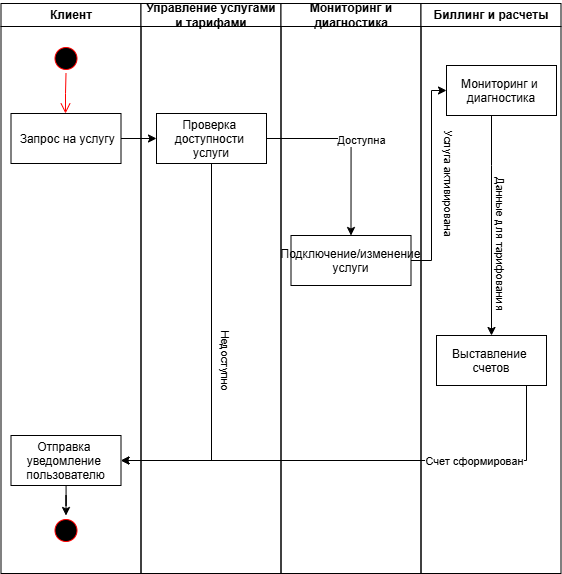
The draw.io diagram daigram/UML (1).png in lLegionl/Shatrov, before a commit. Source tidied: cells renumbered, new cells last; positions are measured from the earlier drawing's top-left corner, leaving out a move shared by most shapes. The source it was exported from:
```xml
<mxGraphModel>
  <root>
    <mxCell id="0" />
    <mxCell id="1" parent="0" />
    <mxCell id="2" value="Клиент" style="swimlane;whiteSpace=wrap;" parent="1" vertex="1">
      <mxGeometry x="0.5" width="140" height="570" as="geometry" />
    </mxCell>
    <mxCell id="3" style="ellipse;shape=startState;fillColor=#000000;strokeColor=#ff0000;" parent="2" vertex="1">
      <mxGeometry x="50" y="40" width="30" height="30" as="geometry" />
    </mxCell>
    <mxCell id="4" style="edgeStyle=elbowEdgeStyle;elbow=horizontal;verticalAlign=bottom;endArrow=open;endSize=8;strokeColor=light-dark(#FF0000,#FFFFFF);endFill=1;rounded=0;" parent="2" edge="1" source="3" target="5">
      <mxGeometry x="100" y="40" as="geometry" />
    </mxCell>
    <mxCell id="5" value=" Запрос на услугу" parent="2" vertex="1">
      <mxGeometry x="10" y="110" width="110" height="50" as="geometry" />
    </mxCell>
    <mxCell id="6" style="ellipse;shape=startState;fillColor=#000000;strokeColor=#ff0000;" parent="2" vertex="1">
      <mxGeometry x="50" y="512" width="30" height="30" as="geometry" />
    </mxCell>
    <mxCell id="7" style="edgeStyle=orthogonalEdgeStyle;rounded=0;jettySize=auto;html=1;entryX=0.5;entryY=0;entryDx=0;entryDy=0;" parent="2" edge="1" source="8" target="6">
      <mxGeometry relative="1" as="geometry" />
    </mxCell>
    <mxCell id="8" value="Отправка &#10;уведомление &#10;пользователю" parent="2" vertex="1">
      <mxGeometry x="10" y="432" width="110" height="50" as="geometry" />
    </mxCell>
    <mxCell id="9" value="Управление услугами и тарифами" style="swimlane;whiteSpace=wrap;" parent="1" vertex="1">
      <mxGeometry x="140.5" width="140" height="570" as="geometry" />
    </mxCell>
    <mxCell id="10" style="edgeStyle=orthogonalEdgeStyle;rounded=0;jettySize=auto;html=1;entryX=0.5;entryY=0;entryDx=0;entryDy=0;strokeColor=light-dark(#000000,#009900);" parent="9" edge="1" source="12" target="13">
      <mxGeometry relative="1" as="geometry" />
    </mxCell>
    <mxCell id="11" value="Доступна" style="edgeLabel;html=1;align=center;verticalAlign=middle;" parent="10" vertex="1">
      <mxGeometry x="0.08" y="1" relative="1" as="geometry">
        <mxPoint x="9" y="-13" as="offset" />
      </mxGeometry>
    </mxCell>
    <mxCell id="12" value="Проверка &#10;доступности &#10;услуги" parent="9" vertex="1">
      <mxGeometry x="15.5" y="110" width="110" height="50" as="geometry" />
    </mxCell>
    <mxCell id="13" value="Подключение/изменение&#10;услуги" parent="9" vertex="1">
      <mxGeometry x="150" y="232" width="120" height="50" as="geometry" />
    </mxCell>
    <mxCell id="14" value="Мониторинг и диагностика" style="swimlane;whiteSpace=wrap;" parent="1" vertex="1">
      <mxGeometry x="280.5" width="140" height="570" as="geometry" />
    </mxCell>
    <mxCell id="15" value="Мониторинг и &#10;диагностика" parent="14" vertex="1">
      <mxGeometry x="165.5" y="62" width="110" height="50" as="geometry" />
    </mxCell>
    <mxCell id="16" style="edgeStyle=orthogonalEdgeStyle;rounded=0;jettySize=auto;html=1;entryX=0;entryY=0.5;entryDx=0;entryDy=0;" parent="1" edge="1" source="5" target="12">
      <mxGeometry relative="1" as="geometry" />
    </mxCell>
    <mxCell id="17" style="edgeStyle=orthogonalEdgeStyle;rounded=0;jettySize=auto;html=1;entryX=0;entryY=0.5;entryDx=0;entryDy=0;" parent="1" edge="1" source="13" target="15">
      <mxGeometry relative="1" as="geometry">
        <Array as="points">
          <mxPoint x="431" y="257" />
          <mxPoint x="431" y="87" />
        </Array>
      </mxGeometry>
    </mxCell>
    <mxCell id="18" value="&amp;nbsp;Услуга активирована" style="edgeLabel;html=1;align=center;verticalAlign=middle;rotation=90;" parent="17" vertex="1">
      <mxGeometry x="-0.05" y="1" relative="1" as="geometry">
        <mxPoint x="19" y="-2" as="offset" />
      </mxGeometry>
    </mxCell>
    <mxCell id="19" value="Биллинг и расчеты" style="swimlane;whiteSpace=wrap;" parent="1" vertex="1">
      <mxGeometry x="420.5" width="140" height="570" as="geometry" />
    </mxCell>
    <mxCell id="20" value="Выставление &#10;счетов" parent="19" vertex="1">
      <mxGeometry x="15.5" y="332" width="110" height="50" as="geometry" />
    </mxCell>
    <mxCell id="21" style="edgeStyle=orthogonalEdgeStyle;rounded=0;jettySize=auto;html=1;" parent="1" edge="1" source="15" target="20">
      <mxGeometry relative="1" as="geometry">
        <Array as="points">
          <mxPoint x="491" y="162" />
          <mxPoint x="491" y="162" />
        </Array>
      </mxGeometry>
    </mxCell>
    <mxCell id="22" value="Данные для тарифования" style="edgeLabel;html=1;align=center;verticalAlign=middle;rotation=90;" parent="21" vertex="1">
      <mxGeometry x="0.02" relative="1" as="geometry">
        <mxPoint x="10" y="15" as="offset" />
      </mxGeometry>
    </mxCell>
    <mxCell id="23" style="edgeStyle=orthogonalEdgeStyle;rounded=0;jettySize=auto;html=1;strokeColor=light-dark(#000000,#CC0000);entryX=1;entryY=0.5;entryDx=0;entryDy=0;exitX=0.5;exitY=1;exitDx=0;exitDy=0;" parent="1" edge="1" source="12" target="8">
      <mxGeometry relative="1" as="geometry">
        <Array as="points">
          <mxPoint x="211" y="457" />
        </Array>
      </mxGeometry>
    </mxCell>
    <mxCell id="24" value="Недоступно" style="edgeLabel;html=1;align=center;verticalAlign=middle;rotation=90;" parent="23" vertex="1">
      <mxGeometry x="0.26" y="3" relative="1" as="geometry">
        <mxPoint x="12" y="-46" as="offset" />
      </mxGeometry>
    </mxCell>
    <mxCell id="25" style="edgeStyle=orthogonalEdgeStyle;rounded=0;jettySize=auto;html=1;entryX=1;entryY=0.5;entryDx=0;entryDy=0;" parent="1" edge="1" source="20" target="8">
      <mxGeometry relative="1" as="geometry">
        <Array as="points">
          <mxPoint x="526" y="457" />
        </Array>
      </mxGeometry>
    </mxCell>
    <mxCell id="26" value="Счет сформирован" style="edgeLabel;html=1;align=center;verticalAlign=middle;" parent="25" vertex="1">
      <mxGeometry x="-0.49" y="3" relative="1" as="geometry">
        <mxPoint x="-6" y="-3" as="offset" />
      </mxGeometry>
    </mxCell>
  </root>
</mxGraphModel>
```
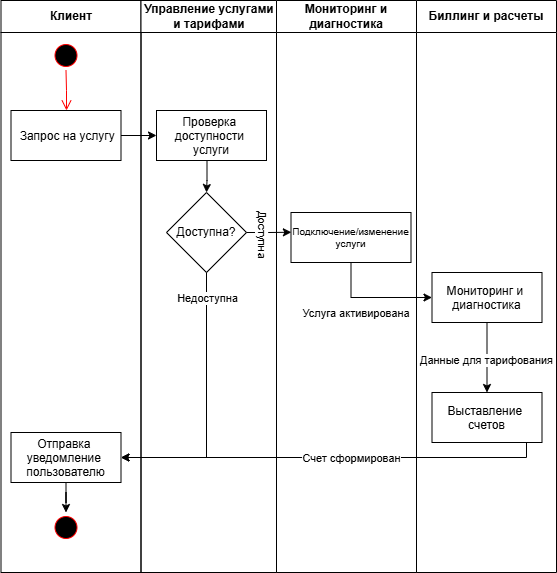
Above is the later version.

Change to the diagram source:
```diff
@@ -2,8 +2,8 @@
   <root>
     <mxCell id="0" />
     <mxCell id="1" parent="0" />
-    <mxCell id="2" value="Клиент" style="swimlane;whiteSpace=wrap;" parent="1" vertex="1">
-      <mxGeometry x="0.5" width="140" height="570" as="geometry" />
+    <mxCell id="2" value="Клиент" style="swimlane;whiteSpace=wrap;startSize=32;" parent="1" vertex="1">
+      <mxGeometry x="0.5" width="140" height="572" as="geometry" />
     </mxCell>
     <mxCell id="3" style="ellipse;shape=startState;fillColor=#000000;strokeColor=#ff0000;" parent="2" vertex="1">
       <mxGeometry x="50" y="40" width="30" height="30" as="geometry" />
@@ -23,28 +23,37 @@
     <mxCell id="8" value="Отправка &#10;уведомление &#10;пользователю" parent="2" vertex="1">
       <mxGeometry x="10" y="432" width="110" height="50" as="geometry" />
     </mxCell>
-    <mxCell id="9" value="Управление услугами и тарифами" style="swimlane;whiteSpace=wrap;" parent="1" vertex="1">
-      <mxGeometry x="140.5" width="140" height="570" as="geometry" />
+    <mxCell id="9" value="Управление услугами и тарифами" style="swimlane;whiteSpace=wrap;startSize=32;" parent="1" vertex="1">
+      <mxGeometry x="140.5" width="135.5" height="572" as="geometry" />
     </mxCell>
-    <mxCell id="10" style="edgeStyle=orthogonalEdgeStyle;rounded=0;jettySize=auto;html=1;entryX=0.5;entryY=0;entryDx=0;entryDy=0;strokeColor=light-dark(#000000,#009900);" parent="9" edge="1" source="12" target="13">
-      <mxGeometry relative="1" as="geometry" />
-    </mxCell>
-    <mxCell id="11" value="Доступна" style="edgeLabel;html=1;align=center;verticalAlign=middle;" parent="10" vertex="1">
-      <mxGeometry x="0.08" y="1" relative="1" as="geometry">
-        <mxPoint x="9" y="-13" as="offset" />
-      </mxGeometry>
-    </mxCell>
+    <mxCell id="27" style="edgeStyle=orthogonalEdgeStyle;rounded=0;jettySize=auto;html=1;entryX=0.5;entryY=0;entryDx=0;entryDy=0;" parent="9" edge="1" source="12" target="28">
+      <mxGeometry relative="1" as="geometry">
+        <Array as="points">
+          <mxPoint x="66" y="180" />
+          <mxPoint x="66" y="180" />
+        </Array>
+      </mxGeometry>
+    </mxCell>
     <mxCell id="12" value="Проверка &#10;доступности &#10;услуги" parent="9" vertex="1">
       <mxGeometry x="15.5" y="110" width="110" height="50" as="geometry" />
     </mxCell>
-    <mxCell id="13" value="Подключение/изменение&#10;услуги" parent="9" vertex="1">
-      <mxGeometry x="150" y="232" width="120" height="50" as="geometry" />
+    <mxCell id="13" value="Подключение/изменение&#10;услуги" style="fontSize=10;" parent="9" vertex="1">
+      <mxGeometry x="150" y="212" width="120" height="50" as="geometry" />
     </mxCell>
+    <mxCell id="28" value="Доступна?" style="rhombus;whiteSpace=wrap;html=1;" parent="9" vertex="1">
+      <mxGeometry x="25.5" y="192" width="80" height="80" as="geometry" />
+    </mxCell>
+    <mxCell id="29" style="edgeStyle=orthogonalEdgeStyle;rounded=0;jettySize=auto;html=1;entryX=0.003;entryY=0.395;entryDx=0;entryDy=0;entryPerimeter=0;" parent="9" edge="1" source="28" target="13">
+      <mxGeometry relative="1" as="geometry" />
+    </mxCell>
+    <mxCell id="11" value="Доступна" style="edgeLabel;html=1;align=center;verticalAlign=middle;rotation=90;" parent="29" vertex="1">
+      <mxGeometry x="-0.25" y="-1" relative="1" as="geometry" />
+    </mxCell>
-    <mxCell id="14" value="Мониторинг и диагностика" style="swimlane;whiteSpace=wrap;" parent="1" vertex="1">
-      <mxGeometry x="280.5" width="140" height="570" as="geometry" />
+    <mxCell id="14" value="Мониторинг и диагностика" style="swimlane;whiteSpace=wrap;startSize=32;" parent="1" vertex="1">
+      <mxGeometry x="276" width="140" height="572" as="geometry" />
     </mxCell>
     <mxCell id="15" value="Мониторинг и &#10;диагностика" parent="14" vertex="1">
-      <mxGeometry x="165.5" y="62" width="110" height="50" as="geometry" />
+      <mxGeometry x="155.5" y="272" width="110" height="50" as="geometry" />
     </mxCell>
     <mxCell id="16" style="edgeStyle=orthogonalEdgeStyle;rounded=0;jettySize=auto;html=1;entryX=0;entryY=0.5;entryDx=0;entryDy=0;" parent="1" edge="1" source="5" target="12">
       <mxGeometry relative="1" as="geometry" />
@@ -52,58 +61,50 @@
     <mxCell id="17" style="edgeStyle=orthogonalEdgeStyle;rounded=0;jettySize=auto;html=1;entryX=0;entryY=0.5;entryDx=0;entryDy=0;" parent="1" edge="1" source="13" target="15">
       <mxGeometry relative="1" as="geometry">
         <Array as="points">
-          <mxPoint x="431" y="257" />
-          <mxPoint x="431" y="87" />
+          <mxPoint x="351" y="257" />
         </Array>
       </mxGeometry>
     </mxCell>
-    <mxCell id="18" value="&amp;nbsp;Услуга активирована" style="edgeLabel;html=1;align=center;verticalAlign=middle;rotation=90;" parent="17" vertex="1">
+    <mxCell id="18" value="&amp;nbsp;Услуга активирована" style="edgeLabel;html=1;align=center;verticalAlign=middle;rotation=0;" parent="17" vertex="1">
       <mxGeometry x="-0.05" y="1" relative="1" as="geometry">
-        <mxPoint x="19" y="-2" as="offset" />
+        <mxPoint x="-17" y="16" as="offset" />
       </mxGeometry>
     </mxCell>
-    <mxCell id="19" value="Биллинг и расчеты" style="swimlane;whiteSpace=wrap;" parent="1" vertex="1">
-      <mxGeometry x="420.5" width="140" height="570" as="geometry" />
+    <mxCell id="19" value="Биллинг и расчеты" style="swimlane;whiteSpace=wrap;startSize=32;" parent="1" vertex="1">
+      <mxGeometry x="416" width="140" height="572" as="geometry" />
     </mxCell>
     <mxCell id="20" value="Выставление &#10;счетов" parent="19" vertex="1">
-      <mxGeometry x="15.5" y="332" width="110" height="50" as="geometry" />
+      <mxGeometry x="15.5" y="392" width="110" height="50" as="geometry" />
     </mxCell>
+    <mxCell id="25" style="edgeStyle=orthogonalEdgeStyle;rounded=0;jettySize=auto;html=1;entryX=1;entryY=0.5;entryDx=0;entryDy=0;" parent="1" edge="1" source="20" target="8">
+      <mxGeometry relative="1" as="geometry">
+        <Array as="points">
+          <mxPoint x="526" y="457" />
+        </Array>
+      </mxGeometry>
+    </mxCell>
+    <mxCell id="26" value="Счет сформирован" style="edgeLabel;html=1;align=center;verticalAlign=middle;" parent="25" vertex="1">
+      <mxGeometry x="-0.49" y="3" relative="1" as="geometry">
+        <mxPoint x="-84" y="-3" as="offset" />
+      </mxGeometry>
+    </mxCell>
-    <mxCell id="21" style="edgeStyle=orthogonalEdgeStyle;rounded=0;jettySize=auto;html=1;" parent="1" edge="1" source="15" target="20">
-      <mxGeometry relative="1" as="geometry">
-        <Array as="points">
-          <mxPoint x="491" y="162" />
-          <mxPoint x="491" y="162" />
-        </Array>
-      </mxGeometry>
+    <mxCell id="21" style="edgeStyle=orthogonalEdgeStyle;rounded=0;jettySize=auto;html=1;entryX=0.5;entryY=0;entryDx=0;entryDy=0;" parent="1" edge="1" source="15" target="20">
+      <mxGeometry relative="1" as="geometry" />
     </mxCell>
-    <mxCell id="22" value="Данные для тарифования" style="edgeLabel;html=1;align=center;verticalAlign=middle;rotation=90;" parent="21" vertex="1">
-      <mxGeometry x="0.02" relative="1" as="geometry">
-        <mxPoint x="10" y="15" as="offset" />
-      </mxGeometry>
+    <mxCell id="22" value="Данные для тарифования" style="edgeLabel;html=1;align=center;verticalAlign=middle;" parent="21" vertex="1">
+      <mxGeometry x="0.07" y="-1" relative="1" as="geometry" />
     </mxCell>
-    <mxCell id="23" style="edgeStyle=orthogonalEdgeStyle;rounded=0;jettySize=auto;html=1;strokeColor=light-dark(#000000,#CC0000);entryX=1;entryY=0.5;entryDx=0;entryDy=0;exitX=0.5;exitY=1;exitDx=0;exitDy=0;" parent="1" edge="1" source="12" target="8">
-      <mxGeometry relative="1" as="geometry">
-        <Array as="points">
-          <mxPoint x="211" y="457" />
-        </Array>
-      </mxGeometry>
-    </mxCell>
-    <mxCell id="24" value="Недоступно" style="edgeLabel;html=1;align=center;verticalAlign=middle;rotation=90;" parent="23" vertex="1">
-      <mxGeometry x="0.26" y="3" relative="1" as="geometry">
-        <mxPoint x="12" y="-46" as="offset" />
-      </mxGeometry>
-    </mxCell>
-    <mxCell id="25" style="edgeStyle=orthogonalEdgeStyle;rounded=0;jettySize=auto;html=1;entryX=1;entryY=0.5;entryDx=0;entryDy=0;" parent="1" edge="1" source="20" target="8">
-      <mxGeometry relative="1" as="geometry">
-        <Array as="points">
-          <mxPoint x="526" y="457" />
-        </Array>
-      </mxGeometry>
-    </mxCell>
-    <mxCell id="26" value="Счет сформирован" style="edgeLabel;html=1;align=center;verticalAlign=middle;" parent="25" vertex="1">
-      <mxGeometry x="-0.49" y="3" relative="1" as="geometry">
-        <mxPoint x="-6" y="-3" as="offset" />
-      </mxGeometry>
-    </mxCell>
+    <mxCell id="30" style="edgeStyle=orthogonalEdgeStyle;rounded=0;jettySize=auto;html=1;entryX=1;entryY=0.5;entryDx=0;entryDy=0;" parent="1" edge="1" source="28" target="8">
+      <mxGeometry relative="1" as="geometry">
+        <Array as="points">
+          <mxPoint x="206" y="457" />
+        </Array>
+      </mxGeometry>
+    </mxCell>
+    <mxCell id="31" value="Недоступна" style="edgeLabel;html=1;align=center;verticalAlign=middle;" parent="30" vertex="1">
+      <mxGeometry x="-0.48" relative="1" as="geometry">
+        <mxPoint y="-45" as="offset" />
+      </mxGeometry>
+    </mxCell>
   </root>
 </mxGraphModel>
```
